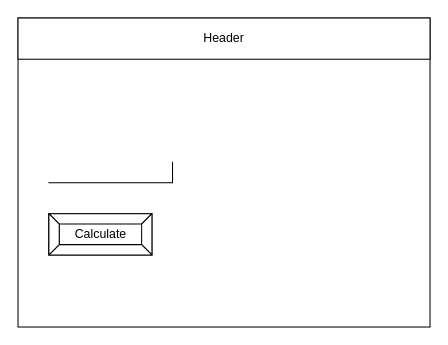
Earlier version of the draw.io diagram design/story-board.drawio (andre-deveau/ICS20-Unit3-03-JS). Source tidied: cells renumbered, new cells numbered last; positions are measured from the earlier drawing's top-left corner, leaving out a move shared by most shapes. Both pictures are drawn from the tidied source at 103%, with x=0, y=0 at pixel (18, 18).
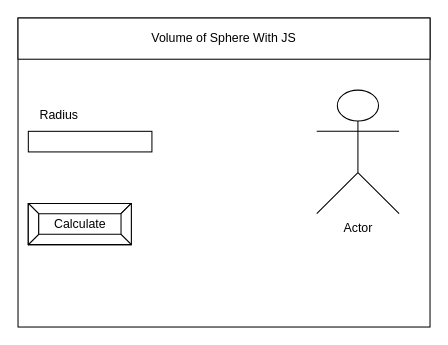
The same page after the edit.

Change to the diagram source:
```diff
@@
 <mxGraphModel>
   <root>
     <mxCell id="0" />
     <mxCell id="1" parent="0" />
     <mxCell id="2" style="rounded=0;whiteSpace=wrap;html=1;" parent="1" vertex="1">
       <mxGeometry width="400" height="300" as="geometry" />
     </mxCell>
-    <mxCell id="3" value="Header" style="rounded=0;whiteSpace=wrap;html=1;" parent="1" vertex="1">
+    <mxCell id="3" value="Volume of Sphere With JS" style="rounded=0;whiteSpace=wrap;html=1;" parent="1" vertex="1">
       <mxGeometry width="400" height="40" as="geometry" />
     </mxCell>
-    <mxCell id="4" style="shape=partialRectangle;whiteSpace=wrap;html=1;top=0;left=0;fillColor=none;" parent="1" vertex="1">
-      <mxGeometry x="30" y="140" width="120" height="20" as="geometry" />
-    </mxCell>
     <mxCell id="5" value="Calculate" style="labelPosition=center;verticalLabelPosition=middle;align=center;html=1;shape=mxgraph.basic.button;dx=10;" parent="1" vertex="1">
-      <mxGeometry x="30" y="190" width="100" height="40" as="geometry" />
+      <mxGeometry x="10" y="180" width="100" height="40" as="geometry" />
     </mxCell>
+    <mxCell id="6" style="rounded=0;whiteSpace=wrap;html=1;" parent="1" vertex="1">
+      <mxGeometry x="10" y="110" width="120" height="20" as="geometry" />
+    </mxCell>
+    <mxCell id="7" value="Radius" style="text;html=1;strokeColor=none;fillColor=none;align=center;verticalAlign=middle;whiteSpace=wrap;rounded=0;" parent="1" vertex="1">
+      <mxGeometry x="10" y="80" width="60" height="30" as="geometry" />
+    </mxCell>
+    <mxCell id="8" value="Actor" style="shape=umlActor;verticalLabelPosition=bottom;verticalAlign=top;html=1;" parent="1" vertex="1">
+      <mxGeometry x="290" y="70" width="80" height="120" as="geometry" />
+    </mxCell>
   </root>
 </mxGraphModel>
```
